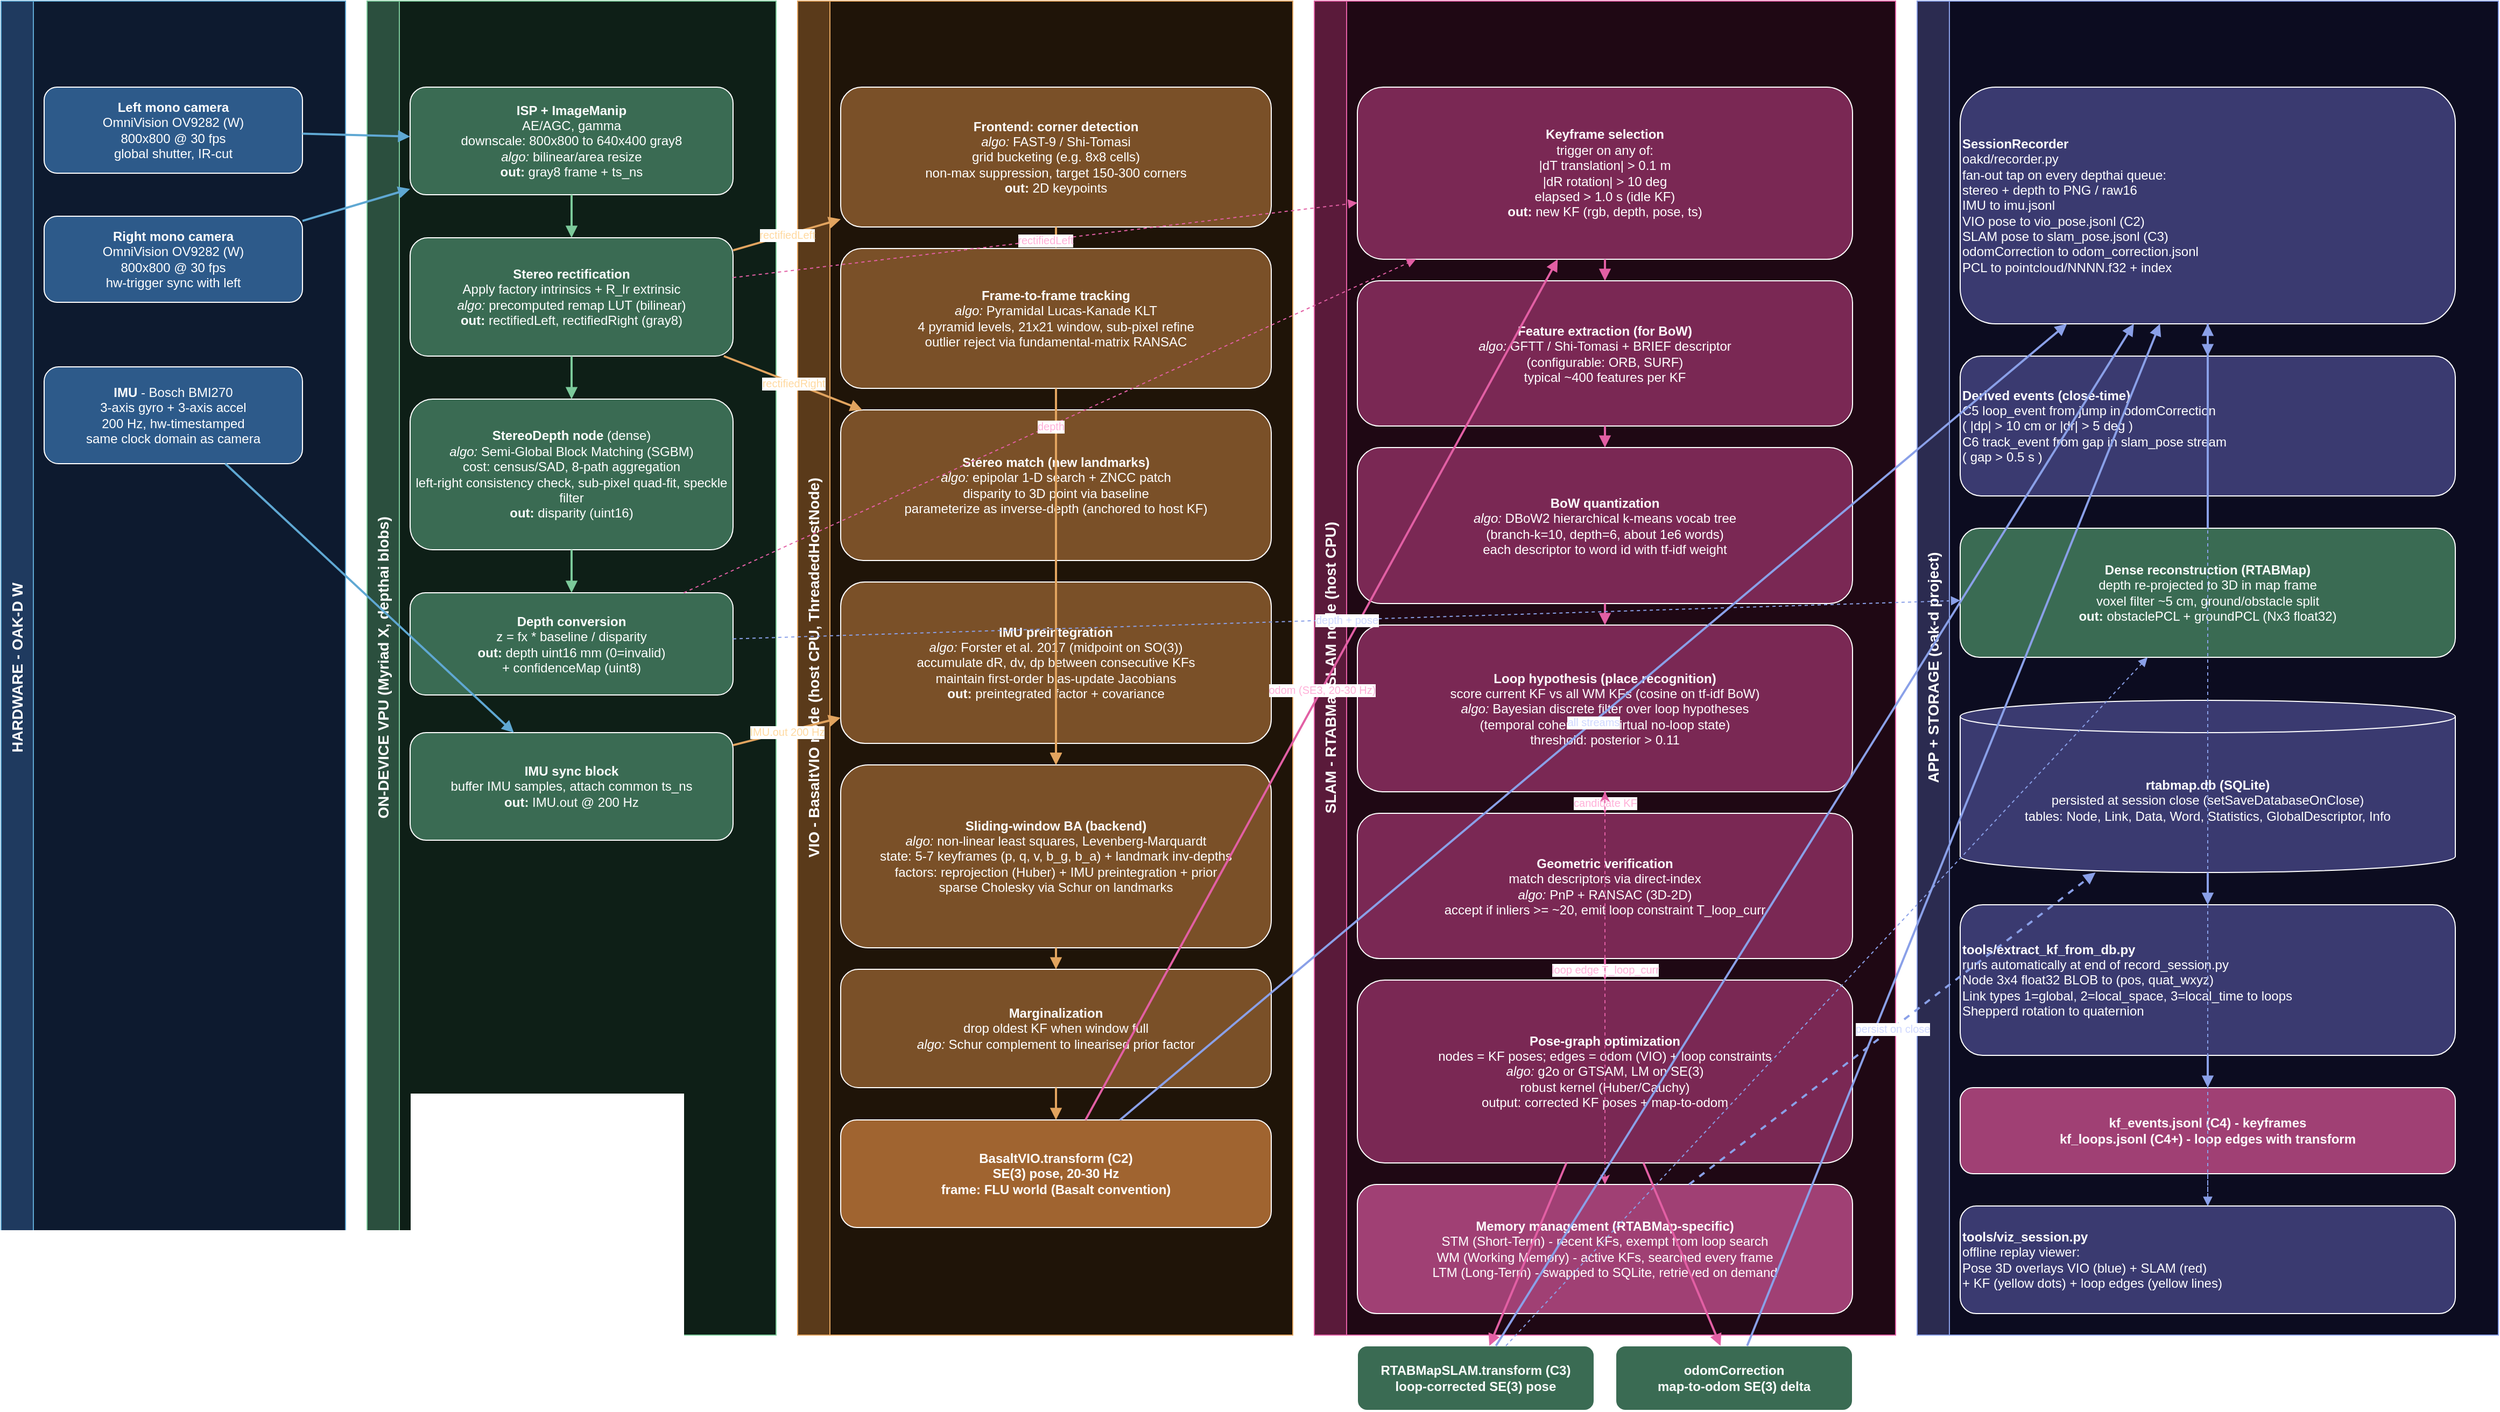
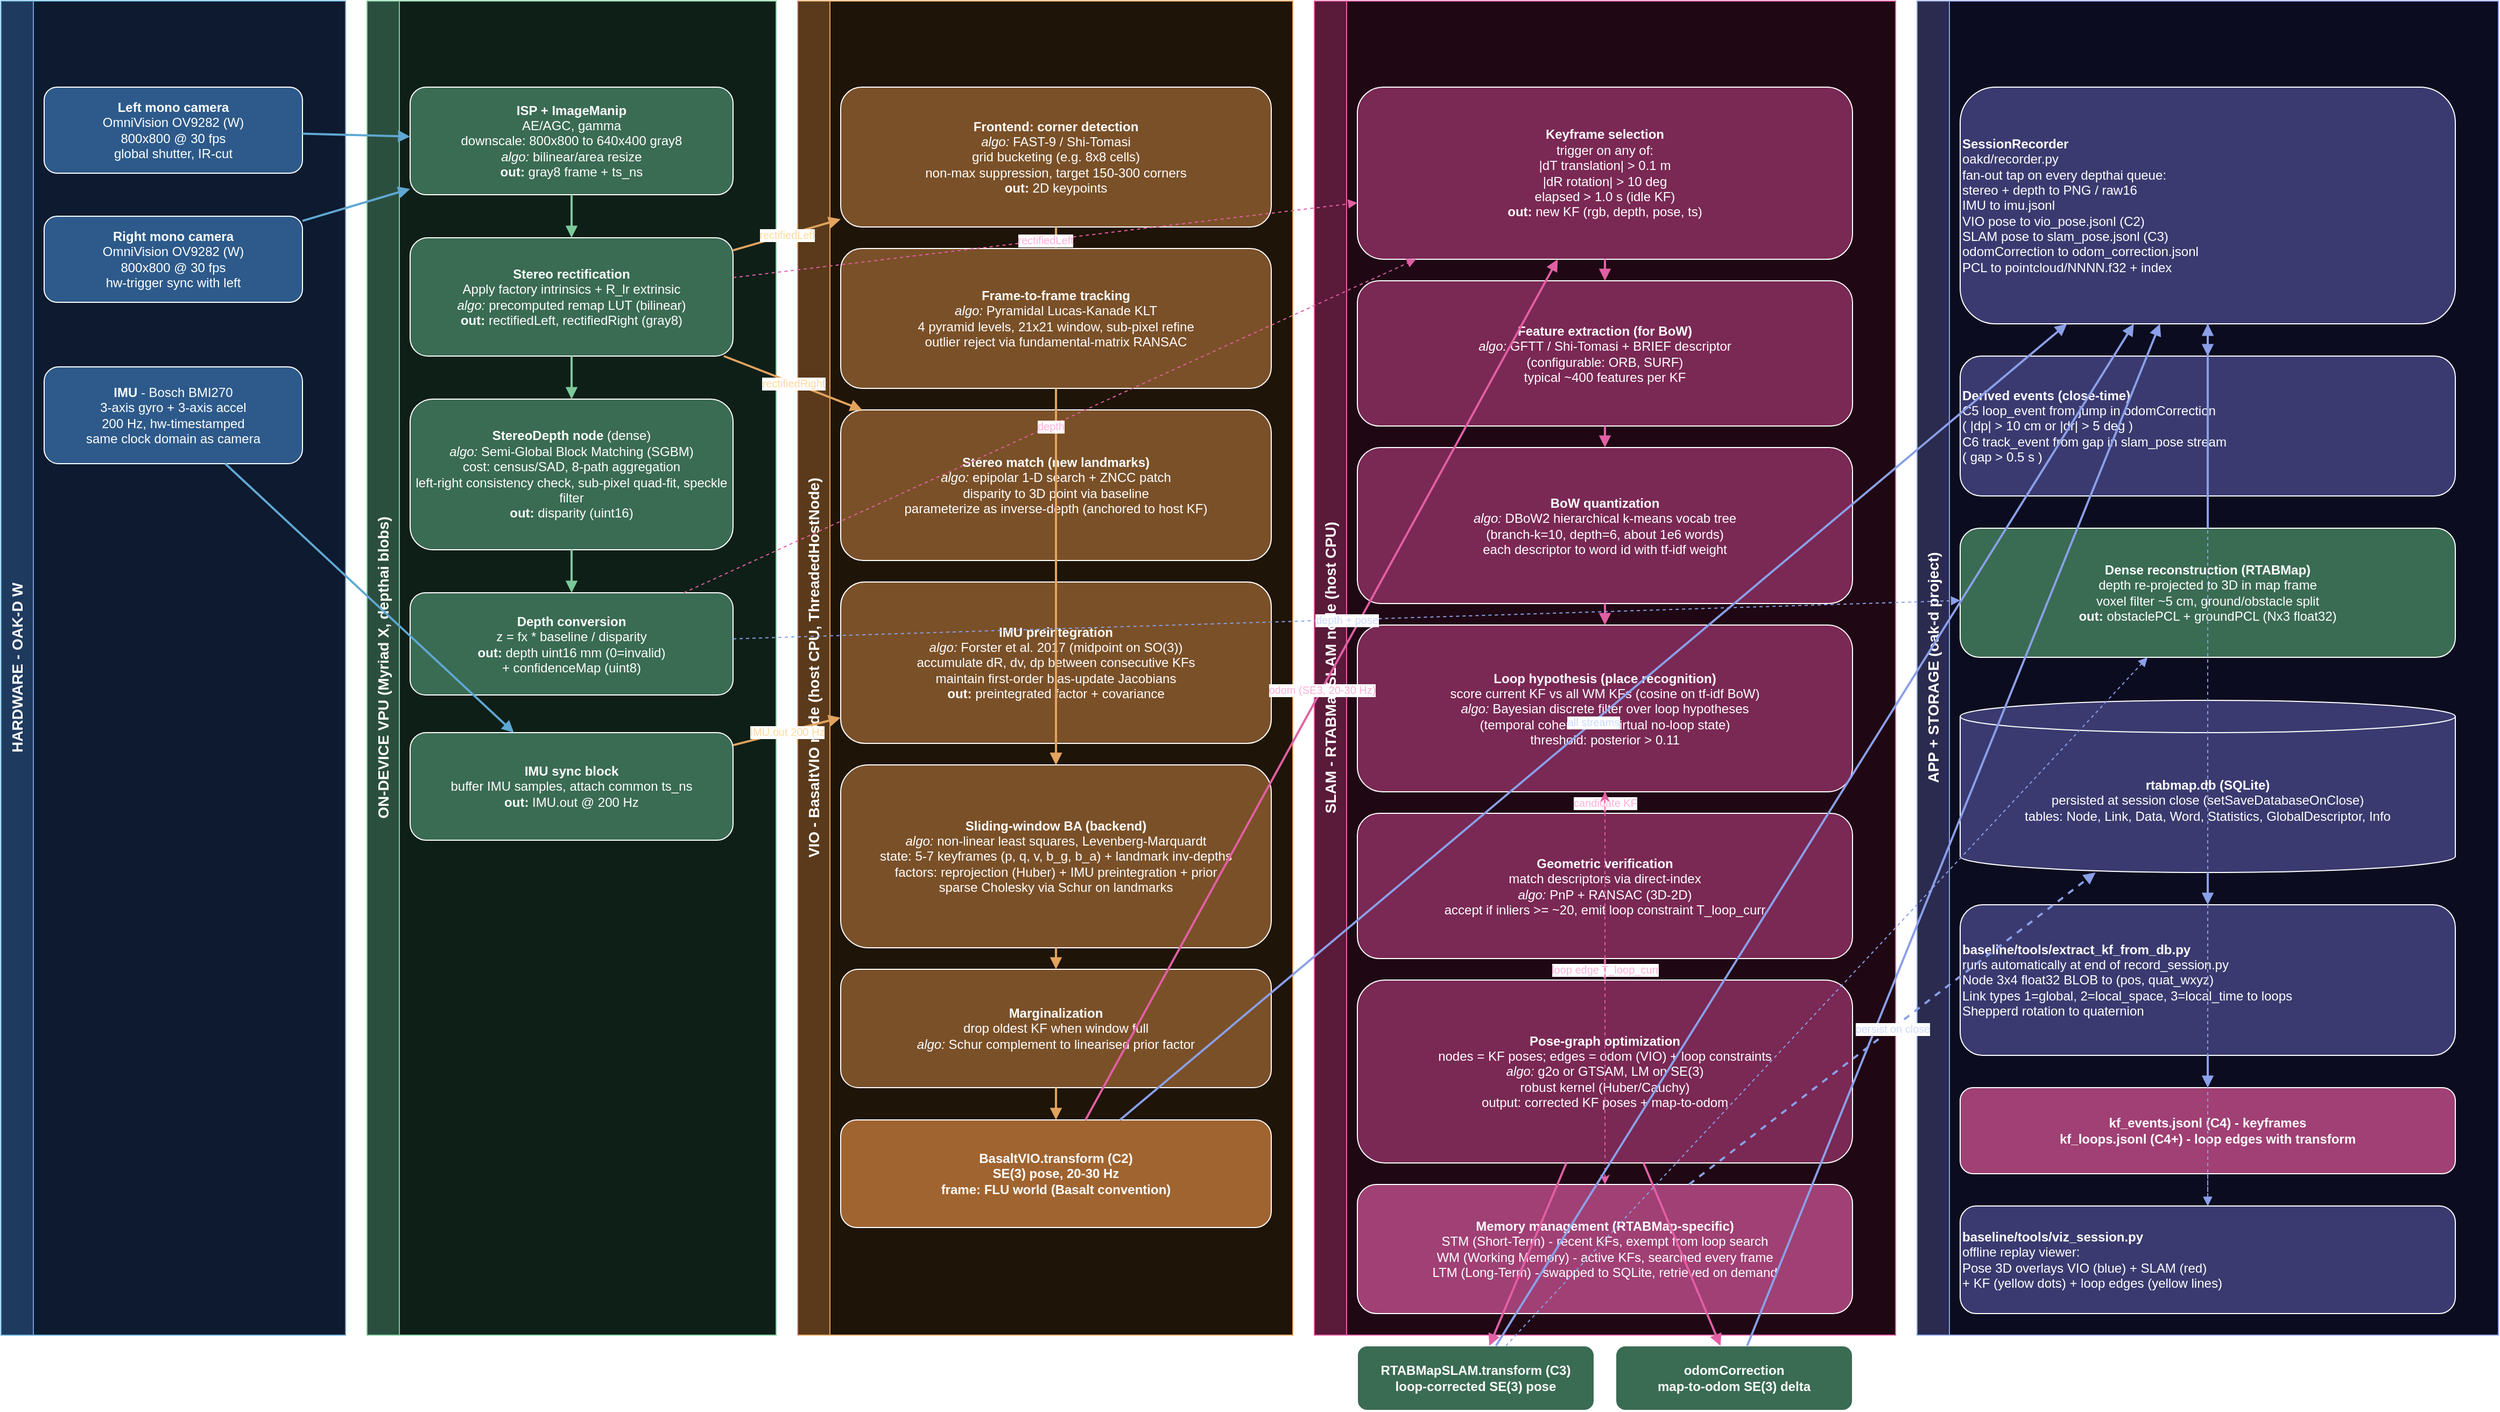
<mxfile host="app.diagrams.net" agent="copilot" version="24.0.0">
  <diagram name="OAK-D SLAM pipeline" id="pipeline">
    <mxGraphModel dx="1800" dy="1100" grid="1" gridSize="10" guides="1" tooltips="1" connect="1" arrows="1" fold="1" page="1" pageScale="1" pageWidth="2400" pageHeight="1400" math="0" shadow="0">
      <root>
        <mxCell id="0" />
        <mxCell id="1" parent="0" />
        <mxCell id="lane_hw" value="HARDWARE - OAK-D W" style="html=1;swimlane;horizontal=0;startSize=30;fillColor=#1f3a5f;strokeColor=#5fa8d3;fontColor=#ffffff;fontSize=14;fontStyle=1;swimlaneFillColor=#0d1a2f;" vertex="1" parent="1">
          <mxGeometry x="40" y="40" width="320" height="1240" as="geometry" />
        </mxCell>
        <mxCell id="lane_vpu" value="ON-DEVICE VPU (Myriad X, depthai blobs)" style="html=1;swimlane;horizontal=0;startSize=30;fillColor=#2b4f3e;strokeColor=#7bc99a;fontColor=#ffffff;fontSize=14;fontStyle=1;swimlaneFillColor=#0e1f17;" vertex="1" parent="1">
          <mxGeometry x="380" y="40" width="380" height="1240" as="geometry" />
        </mxCell>
        <mxCell id="lane_vio" value="VIO - BasaltVIO node (host CPU, ThreadedHostNode)" style="html=1;swimlane;horizontal=0;startSize=30;fillColor=#5a3a1a;strokeColor=#e2a45f;fontColor=#ffffff;fontSize=14;fontStyle=1;swimlaneFillColor=#1f1408;" vertex="1" parent="1">
          <mxGeometry x="780" y="40" width="460" height="1240" as="geometry" />
        </mxCell>
        <mxCell id="lane_slam" value="SLAM - RTABMapSLAM node (host CPU)" style="html=1;swimlane;horizontal=0;startSize=30;fillColor=#5a1a3a;strokeColor=#e25fa4;fontColor=#ffffff;fontSize=14;fontStyle=1;swimlaneFillColor=#1f0814;" vertex="1" parent="1">
          <mxGeometry x="1260" y="40" width="540" height="1240" as="geometry" />
        </mxCell>
        <mxCell id="lane_out" value="APP + STORAGE (oak-d project)" style="html=1;swimlane;horizontal=0;startSize=30;fillColor=#2b2b50;strokeColor=#8aa0e8;fontColor=#ffffff;fontSize=14;fontStyle=1;swimlaneFillColor=#0c0c20;" vertex="1" parent="1">
          <mxGeometry x="1820" y="40" width="540" height="1240" as="geometry" />
        </mxCell>
        <mxCell id="caml" value="&lt;b&gt;Left mono camera&lt;/b&gt;&#10;OmniVision OV9282 (W)&#10;800x800 @ 30 fps&#10;global shutter, IR-cut" style="html=1;rounded=1;fillColor=#2d5a8a;strokeColor=#ffffff;fontColor=#ffffff;align=center;whiteSpace=wrap;" vertex="1" parent="1">
          <mxGeometry x="80" y="120" width="240" height="80" as="geometry" />
        </mxCell>
        <mxCell id="camr" value="&lt;b&gt;Right mono camera&lt;/b&gt;&#10;OmniVision OV9282 (W)&#10;800x800 @ 30 fps&#10;hw-trigger sync with left" style="html=1;rounded=1;fillColor=#2d5a8a;strokeColor=#ffffff;fontColor=#ffffff;align=center;whiteSpace=wrap;" vertex="1" parent="1">
          <mxGeometry x="80" y="240" width="240" height="80" as="geometry" />
        </mxCell>
        <mxCell id="imu" value="&lt;b&gt;IMU&lt;/b&gt; - Bosch BMI270&#10;3-axis gyro + 3-axis accel&#10;200 Hz, hw-timestamped&#10;same clock domain as camera" style="html=1;rounded=1;fillColor=#2d5a8a;strokeColor=#ffffff;fontColor=#ffffff;align=center;whiteSpace=wrap;" vertex="1" parent="1">
          <mxGeometry x="80" y="380" width="240" height="90" as="geometry" />
        </mxCell>
        <mxCell id="isp" value="&lt;b&gt;ISP + ImageManip&lt;/b&gt;&#10;AE/AGC, gamma&#10;downscale: 800x800 to 640x400 gray8&#10;&lt;i&gt;algo:&lt;/i&gt; bilinear/area resize&#10;&lt;b&gt;out:&lt;/b&gt; gray8 frame + ts_ns" style="html=1;rounded=1;fillColor=#3a6b53;strokeColor=#ffffff;fontColor=#ffffff;align=center;whiteSpace=wrap;" vertex="1" parent="1">
          <mxGeometry x="420" y="120" width="300" height="100" as="geometry" />
        </mxCell>
        <mxCell id="rect" value="&lt;b&gt;Stereo rectification&lt;/b&gt;&#10;Apply factory intrinsics + R_lr extrinsic&#10;&lt;i&gt;algo:&lt;/i&gt; precomputed remap LUT (bilinear)&#10;&lt;b&gt;out:&lt;/b&gt; rectifiedLeft, rectifiedRight (gray8)" style="html=1;rounded=1;fillColor=#3a6b53;strokeColor=#ffffff;fontColor=#ffffff;align=center;whiteSpace=wrap;" vertex="1" parent="1">
          <mxGeometry x="420" y="260" width="300" height="110" as="geometry" />
        </mxCell>
        <mxCell id="sgbm" value="&lt;b&gt;StereoDepth node&lt;/b&gt; (dense)&#10;&lt;i&gt;algo:&lt;/i&gt; Semi-Global Block Matching (SGBM)&#10;cost: census/SAD, 8-path aggregation&#10;left-right consistency check, sub-pixel quad-fit, speckle filter&#10;&lt;b&gt;out:&lt;/b&gt; disparity (uint16)" style="html=1;rounded=1;fillColor=#3a6b53;strokeColor=#ffffff;fontColor=#ffffff;align=center;whiteSpace=wrap;" vertex="1" parent="1">
          <mxGeometry x="420" y="410" width="300" height="140" as="geometry" />
        </mxCell>
        <mxCell id="depth" value="&lt;b&gt;Depth conversion&lt;/b&gt;&#10;z = fx * baseline / disparity&#10;&lt;b&gt;out:&lt;/b&gt; depth uint16 mm (0=invalid)&#10;+ confidenceMap (uint8)" style="html=1;rounded=1;fillColor=#3a6b53;strokeColor=#ffffff;fontColor=#ffffff;align=center;whiteSpace=wrap;" vertex="1" parent="1">
          <mxGeometry x="420" y="590" width="300" height="95" as="geometry" />
        </mxCell>
        <mxCell id="imusync" value="&lt;b&gt;IMU sync block&lt;/b&gt;&#10;buffer IMU samples, attach common ts_ns&#10;&lt;b&gt;out:&lt;/b&gt; IMU.out @ 200 Hz" style="html=1;rounded=1;fillColor=#3a6b53;strokeColor=#ffffff;fontColor=#ffffff;align=center;whiteSpace=wrap;" vertex="1" parent="1">
          <mxGeometry x="420" y="720" width="300" height="100" as="geometry" />
        </mxCell>
        <mxCell id="fast" value="&lt;b&gt;Frontend: corner detection&lt;/b&gt;&#10;&lt;i&gt;algo:&lt;/i&gt; FAST-9 / Shi-Tomasi&#10;grid bucketing (e.g. 8x8 cells)&#10;non-max suppression, target 150-300 corners&#10;&lt;b&gt;out:&lt;/b&gt; 2D keypoints" style="html=1;rounded=1;fillColor=#7a5028;strokeColor=#ffffff;fontColor=#ffffff;align=center;whiteSpace=wrap;" vertex="1" parent="1">
          <mxGeometry x="820" y="120" width="400" height="130" as="geometry" />
        </mxCell>
        <mxCell id="klt" value="&lt;b&gt;Frame-to-frame tracking&lt;/b&gt;&#10;&lt;i&gt;algo:&lt;/i&gt; Pyramidal Lucas-Kanade KLT&#10;4 pyramid levels, 21x21 window, sub-pixel refine&#10;outlier reject via fundamental-matrix RANSAC" style="html=1;rounded=1;fillColor=#7a5028;strokeColor=#ffffff;fontColor=#ffffff;align=center;whiteSpace=wrap;" vertex="1" parent="1">
          <mxGeometry x="820" y="270" width="400" height="130" as="geometry" />
        </mxCell>
        <mxCell id="stmatch" value="&lt;b&gt;Stereo match (new landmarks)&lt;/b&gt;&#10;&lt;i&gt;algo:&lt;/i&gt; epipolar 1-D search + ZNCC patch&#10;disparity to 3D point via baseline&#10;parameterize as inverse-depth (anchored to host KF)" style="html=1;rounded=1;fillColor=#7a5028;strokeColor=#ffffff;fontColor=#ffffff;align=center;whiteSpace=wrap;" vertex="1" parent="1">
          <mxGeometry x="820" y="420" width="400" height="140" as="geometry" />
        </mxCell>
        <mxCell id="preimu" value="&lt;b&gt;IMU preintegration&lt;/b&gt;&#10;&lt;i&gt;algo:&lt;/i&gt; Forster et al. 2017 (midpoint on SO(3))&#10;accumulate dR, dv, dp between consecutive KFs&#10;maintain first-order bias-update Jacobians&#10;&lt;b&gt;out:&lt;/b&gt; preintegrated factor + covariance" style="html=1;rounded=1;fillColor=#7a5028;strokeColor=#ffffff;fontColor=#ffffff;align=center;whiteSpace=wrap;" vertex="1" parent="1">
          <mxGeometry x="820" y="580" width="400" height="150" as="geometry" />
        </mxCell>
        <mxCell id="ba" value="&lt;b&gt;Sliding-window BA (backend)&lt;/b&gt;&#10;&lt;i&gt;algo:&lt;/i&gt; non-linear least squares, Levenberg-Marquardt&#10;state: 5-7 keyframes (p, q, v, b_g, b_a) + landmark inv-depths&#10;factors: reprojection (Huber) + IMU preintegration + prior&#10;sparse Cholesky via Schur on landmarks" style="html=1;rounded=1;fillColor=#7a5028;strokeColor=#ffffff;fontColor=#ffffff;align=center;whiteSpace=wrap;" vertex="1" parent="1">
          <mxGeometry x="820" y="750" width="400" height="170" as="geometry" />
        </mxCell>
        <mxCell id="marg" value="&lt;b&gt;Marginalization&lt;/b&gt;&#10;drop oldest KF when window full&#10;&lt;i&gt;algo:&lt;/i&gt; Schur complement to linearised prior factor" style="html=1;rounded=1;fillColor=#7a5028;strokeColor=#ffffff;fontColor=#ffffff;align=center;whiteSpace=wrap;" vertex="1" parent="1">
          <mxGeometry x="820" y="940" width="400" height="110" as="geometry" />
        </mxCell>
        <mxCell id="posev" value="&lt;b&gt;BasaltVIO.transform&lt;/b&gt; (C2)&#10;SE(3) pose, 20-30 Hz&#10;frame: FLU world (Basalt convention)" style="html=1;rounded=1;fillColor=#a06430;strokeColor=#ffffff;fontColor=#ffffff;align=center;whiteSpace=wrap;fontStyle=1;" vertex="1" parent="1">
          <mxGeometry x="820" y="1080" width="400" height="100" as="geometry" />
        </mxCell>
        <mxCell id="kfsel" value="&lt;b&gt;Keyframe selection&lt;/b&gt;&#10;trigger on any of:&#10;  |dT translation| &gt; 0.1 m&#10;  |dR rotation| &gt; 10 deg&#10;  elapsed &gt; 1.0 s (idle KF)&#10;&lt;b&gt;out:&lt;/b&gt; new KF (rgb, depth, pose, ts)" style="html=1;rounded=1;fillColor=#7a2854;strokeColor=#ffffff;fontColor=#ffffff;align=center;whiteSpace=wrap;" vertex="1" parent="1">
          <mxGeometry x="1300" y="120" width="460" height="160" as="geometry" />
        </mxCell>
        <mxCell id="fex" value="&lt;b&gt;Feature extraction (for BoW)&lt;/b&gt;&#10;&lt;i&gt;algo:&lt;/i&gt; GFTT / Shi-Tomasi + BRIEF descriptor&#10;(configurable: ORB, SURF)&#10;typical ~400 features per KF" style="html=1;rounded=1;fillColor=#7a2854;strokeColor=#ffffff;fontColor=#ffffff;align=center;whiteSpace=wrap;" vertex="1" parent="1">
          <mxGeometry x="1300" y="300" width="460" height="135" as="geometry" />
        </mxCell>
        <mxCell id="bow" value="&lt;b&gt;BoW quantization&lt;/b&gt;&#10;&lt;i&gt;algo:&lt;/i&gt; DBoW2 hierarchical k-means vocab tree&#10;(branch-k=10, depth=6, about 1e6 words)&#10;each descriptor to word id with tf-idf weight" style="html=1;rounded=1;fillColor=#7a2854;strokeColor=#ffffff;fontColor=#ffffff;align=center;whiteSpace=wrap;" vertex="1" parent="1">
          <mxGeometry x="1300" y="455" width="460" height="145" as="geometry" />
        </mxCell>
        <mxCell id="bay" value="&lt;b&gt;Loop hypothesis (place recognition)&lt;/b&gt;&#10;score current KF vs all WM KFs (cosine on tf-idf BoW)&#10;&lt;i&gt;algo:&lt;/i&gt; Bayesian discrete filter over loop hypotheses&#10;(temporal coherence + virtual no-loop state)&#10;threshold: posterior &gt; 0.11" style="html=1;rounded=1;fillColor=#7a2854;strokeColor=#ffffff;fontColor=#ffffff;align=center;whiteSpace=wrap;" vertex="1" parent="1">
          <mxGeometry x="1300" y="620" width="460" height="155" as="geometry" />
        </mxCell>
        <mxCell id="pnp" value="&lt;b&gt;Geometric verification&lt;/b&gt;&#10;match descriptors via direct-index&#10;&lt;i&gt;algo:&lt;/i&gt; PnP + RANSAC (3D-2D)&#10;accept if inliers &gt;= ~20, emit loop constraint T_loop_curr" style="html=1;rounded=1;fillColor=#7a2854;strokeColor=#ffffff;fontColor=#ffffff;align=center;whiteSpace=wrap;" vertex="1" parent="1">
          <mxGeometry x="1300" y="795" width="460" height="135" as="geometry" />
        </mxCell>
        <mxCell id="pg" value="&lt;b&gt;Pose-graph optimization&lt;/b&gt;&#10;nodes = KF poses; edges = odom (VIO) + loop constraints&#10;&lt;i&gt;algo:&lt;/i&gt; g2o or GTSAM, LM on SE(3)&#10;robust kernel (Huber/Cauchy)&#10;output: corrected KF poses + map-to-odom" style="html=1;rounded=1;fillColor=#7a2854;strokeColor=#ffffff;fontColor=#ffffff;align=center;whiteSpace=wrap;" vertex="1" parent="1">
          <mxGeometry x="1300" y="950" width="460" height="170" as="geometry" />
        </mxCell>
        <mxCell id="mem" value="&lt;b&gt;Memory management (RTABMap-specific)&lt;/b&gt;&#10;STM (Short-Term) - recent KFs, exempt from loop search&#10;WM (Working Memory) - active KFs, searched every frame&#10;LTM (Long-Term) - swapped to SQLite, retrieved on demand" style="html=1;rounded=1;fillColor=#a04074;strokeColor=#ffffff;fontColor=#ffffff;align=center;whiteSpace=wrap;" vertex="1" parent="1">
          <mxGeometry x="1300" y="1140" width="460" height="120" as="geometry" />
        </mxCell>
        <mxCell id="poses" value="&lt;b&gt;RTABMapSLAM.transform&lt;/b&gt; (C3)&#10;loop-corrected SE(3) pose" style="html=1;rounded=1;fillColor=#3a6b53;strokeColor=#ffffff;fontColor=#ffffff;align=center;whiteSpace=wrap;fontStyle=1;" vertex="1" parent="1">
          <mxGeometry x="1300" y="1290" width="220" height="60" as="geometry" />
        </mxCell>
        <mxCell id="corr" value="&lt;b&gt;odomCorrection&lt;/b&gt;&#10;map-to-odom SE(3) delta" style="html=1;rounded=1;fillColor=#3a6b53;strokeColor=#ffffff;fontColor=#ffffff;align=center;whiteSpace=wrap;fontStyle=1;" vertex="1" parent="1">
          <mxGeometry x="1540" y="1290" width="220" height="60" as="geometry" />
        </mxCell>
        <mxCell id="rec" value="&lt;b&gt;SessionRecorder&lt;/b&gt;&#10;oakd/recorder.py&#10;fan-out tap on every depthai queue:&#10;  stereo + depth to PNG / raw16&#10;  IMU to imu.jsonl&#10;  VIO pose to vio_pose.jsonl (C2)&#10;  SLAM pose to slam_pose.jsonl (C3)&#10;  odomCorrection to odom_correction.jsonl&#10;  PCL to pointcloud/NNNN.f32 + index" style="html=1;rounded=1;fillColor=#3a3a70;strokeColor=#ffffff;fontColor=#ffffff;align=left;whiteSpace=wrap;" vertex="1" parent="1">
          <mxGeometry x="1860" y="120" width="460" height="220" as="geometry" />
        </mxCell>
        <mxCell id="derived" value="&lt;b&gt;Derived events (close-time)&lt;/b&gt;&#10;C5 loop_event from jump in odomCorrection&#10;   ( |dp| &gt; 10 cm or |dr| &gt; 5 deg )&#10;C6 track_event from gap in slam_pose stream&#10;   ( gap &gt; 0.5 s )" style="html=1;rounded=1;fillColor=#3a3a70;strokeColor=#ffffff;fontColor=#ffffff;align=left;whiteSpace=wrap;" vertex="1" parent="1">
          <mxGeometry x="1860" y="370" width="460" height="130" as="geometry" />
        </mxCell>
        <mxCell id="pcl" value="&lt;b&gt;Dense reconstruction (RTABMap)&lt;/b&gt;&#10;depth re-projected to 3D in map frame&#10;voxel filter ~5 cm, ground/obstacle split&#10;&lt;b&gt;out:&lt;/b&gt; obstaclePCL + groundPCL (Nx3 float32)" style="html=1;rounded=1;fillColor=#3a6b53;strokeColor=#ffffff;fontColor=#ffffff;align=center;whiteSpace=wrap;" vertex="1" parent="1">
          <mxGeometry x="1860" y="530" width="460" height="120" as="geometry" />
        </mxCell>
        <mxCell id="db" value="&lt;b&gt;rtabmap.db (SQLite)&lt;/b&gt;&#10;persisted at session close (setSaveDatabaseOnClose)&#10;tables: Node, Link, Data, Word, Statistics, GlobalDescriptor, Info" style="shape=cylinder3;whiteSpace=wrap;html=1;boundedLbl=1;backgroundOutline=1;fillColor=#3a3a70;strokeColor=#ffffff;fontColor=#ffffff;align=center;" vertex="1" parent="1">
          <mxGeometry x="1860" y="690" width="460" height="160" as="geometry" />
        </mxCell>
-         <mxCell id="ext" value="&lt;b&gt;tools/extract_kf_from_db.py&lt;/b&gt;&#10;runs automatically at end of record_session.py&#10;Node 3x4 float32 BLOB to (pos, quat_wxyz)&#10;Link types 1=global, 2=local_space, 3=local_time to loops&#10;Shepperd rotation to quaternion" style="html=1;rounded=1;fillColor=#3a3a70;strokeColor=#ffffff;fontColor=#ffffff;align=left;whiteSpace=wrap;" vertex="1" parent="1">
+         <mxCell id="ext" value="&lt;b&gt;baseline/tools/extract_kf_from_db.py&lt;/b&gt;&#10;runs automatically at end of record_session.py&#10;Node 3x4 float32 BLOB to (pos, quat_wxyz)&#10;Link types 1=global, 2=local_space, 3=local_time to loops&#10;Shepperd rotation to quaternion" style="html=1;rounded=1;fillColor=#3a3a70;strokeColor=#ffffff;fontColor=#ffffff;align=left;whiteSpace=wrap;" vertex="1" parent="1">
          <mxGeometry x="1860" y="880" width="460" height="140" as="geometry" />
        </mxCell>
        <mxCell id="kfjl" value="&lt;b&gt;kf_events.jsonl (C4)&lt;/b&gt; - keyframes&#10;&lt;b&gt;kf_loops.jsonl (C4+)&lt;/b&gt; - loop edges with transform" style="html=1;rounded=1;fillColor=#a04074;strokeColor=#ffffff;fontColor=#ffffff;align=center;whiteSpace=wrap;fontStyle=1;" vertex="1" parent="1">
          <mxGeometry x="1860" y="1050" width="460" height="80" as="geometry" />
        </mxCell>
-         <mxCell id="viz" value="&lt;b&gt;tools/viz_session.py&lt;/b&gt;&#10;offline replay viewer:&#10;Pose 3D overlays VIO (blue) + SLAM (red)&#10;+ KF (yellow dots) + loop edges (yellow lines)" style="html=1;rounded=1;fillColor=#3a3a70;strokeColor=#ffffff;fontColor=#ffffff;align=left;whiteSpace=wrap;" vertex="1" parent="1">
+         <mxCell id="viz" value="&lt;b&gt;baseline/tools/viz_session.py&lt;/b&gt;&#10;offline replay viewer:&#10;Pose 3D overlays VIO (blue) + SLAM (red)&#10;+ KF (yellow dots) + loop edges (yellow lines)" style="html=1;rounded=1;fillColor=#3a3a70;strokeColor=#ffffff;fontColor=#ffffff;align=left;whiteSpace=wrap;" vertex="1" parent="1">
          <mxGeometry x="1860" y="1160" width="460" height="100" as="geometry" />
        </mxCell>
        <mxCell id="e1" style="endArrow=block;html=1;strokeColor=#5fa8d3;strokeWidth=2;" edge="1" parent="1" source="caml" target="isp"><mxGeometry relative="1" as="geometry" /></mxCell>
        <mxCell id="e2" style="endArrow=block;html=1;strokeColor=#5fa8d3;strokeWidth=2;" edge="1" parent="1" source="camr" target="isp"><mxGeometry relative="1" as="geometry" /></mxCell>
        <mxCell id="e3" style="endArrow=block;html=1;strokeColor=#5fa8d3;strokeWidth=2;" edge="1" parent="1" source="imu" target="imusync"><mxGeometry relative="1" as="geometry" /></mxCell>
        <mxCell id="e4" style="endArrow=block;html=1;strokeColor=#7bc99a;strokeWidth=2;" edge="1" parent="1" source="isp" target="rect"><mxGeometry relative="1" as="geometry" /></mxCell>
        <mxCell id="e5" style="endArrow=block;html=1;strokeColor=#7bc99a;strokeWidth=2;" edge="1" parent="1" source="rect" target="sgbm"><mxGeometry relative="1" as="geometry" /></mxCell>
        <mxCell id="e6" style="endArrow=block;html=1;strokeColor=#7bc99a;strokeWidth=2;" edge="1" parent="1" source="sgbm" target="depth"><mxGeometry relative="1" as="geometry" /></mxCell>
        <mxCell id="e7" value="rectifiedLeft" style="endArrow=block;html=1;strokeColor=#e2a45f;strokeWidth=2;fontColor=#ffd9a0;fontSize=10;" edge="1" parent="1" source="rect" target="fast"><mxGeometry relative="1" as="geometry" /></mxCell>
        <mxCell id="e8" value="rectifiedRight" style="endArrow=block;html=1;strokeColor=#e2a45f;strokeWidth=2;fontColor=#ffd9a0;fontSize=10;" edge="1" parent="1" source="rect" target="stmatch"><mxGeometry relative="1" as="geometry" /></mxCell>
        <mxCell id="e9" value="IMU.out 200 Hz" style="endArrow=block;html=1;strokeColor=#e2a45f;strokeWidth=2;fontColor=#ffd9a0;fontSize=10;" edge="1" parent="1" source="imusync" target="preimu"><mxGeometry relative="1" as="geometry" /></mxCell>
        <mxCell id="e10" style="endArrow=block;html=1;strokeColor=#e2a45f;strokeWidth=2;" edge="1" parent="1" source="fast" target="klt"><mxGeometry relative="1" as="geometry" /></mxCell>
        <mxCell id="e11" style="endArrow=block;html=1;strokeColor=#e2a45f;strokeWidth=2;" edge="1" parent="1" source="klt" target="ba"><mxGeometry relative="1" as="geometry" /></mxCell>
        <mxCell id="e12" style="endArrow=block;html=1;strokeColor=#e2a45f;strokeWidth=2;" edge="1" parent="1" source="stmatch" target="ba"><mxGeometry relative="1" as="geometry" /></mxCell>
        <mxCell id="e13" style="endArrow=block;html=1;strokeColor=#e2a45f;strokeWidth=2;" edge="1" parent="1" source="preimu" target="ba"><mxGeometry relative="1" as="geometry" /></mxCell>
        <mxCell id="e14" style="endArrow=block;html=1;strokeColor=#e2a45f;strokeWidth=2;" edge="1" parent="1" source="ba" target="marg"><mxGeometry relative="1" as="geometry" /></mxCell>
        <mxCell id="e15" style="endArrow=block;html=1;strokeColor=#e2a45f;strokeWidth=2;" edge="1" parent="1" source="marg" target="posev"><mxGeometry relative="1" as="geometry" /></mxCell>
        <mxCell id="e16" value="odom (SE3, 20-30 Hz)" style="endArrow=block;html=1;strokeColor=#e25fa4;strokeWidth=2;fontColor=#ffb0d8;fontSize=10;" edge="1" parent="1" source="posev" target="kfsel"><mxGeometry relative="1" as="geometry" /></mxCell>
        <mxCell id="e17" value="rectifiedLeft" style="endArrow=block;html=1;strokeColor=#e25fa4;strokeWidth=1;dashed=1;fontColor=#ffb0d8;fontSize=10;" edge="1" parent="1" source="rect" target="kfsel"><mxGeometry relative="1" as="geometry" /></mxCell>
        <mxCell id="e18" value="depth" style="endArrow=block;html=1;strokeColor=#e25fa4;strokeWidth=1;dashed=1;fontColor=#ffb0d8;fontSize=10;" edge="1" parent="1" source="depth" target="kfsel"><mxGeometry relative="1" as="geometry" /></mxCell>
        <mxCell id="e19" style="endArrow=block;html=1;strokeColor=#e25fa4;strokeWidth=2;" edge="1" parent="1" source="kfsel" target="fex"><mxGeometry relative="1" as="geometry" /></mxCell>
        <mxCell id="e20" style="endArrow=block;html=1;strokeColor=#e25fa4;strokeWidth=2;" edge="1" parent="1" source="fex" target="bow"><mxGeometry relative="1" as="geometry" /></mxCell>
        <mxCell id="e21" style="endArrow=block;html=1;strokeColor=#e25fa4;strokeWidth=2;" edge="1" parent="1" source="bow" target="bay"><mxGeometry relative="1" as="geometry" /></mxCell>
        <mxCell id="e22" value="candidate KF" style="endArrow=block;html=1;strokeColor=#e25fa4;strokeWidth=2;fontColor=#ffb0d8;fontSize=10;" edge="1" parent="1" source="bay" target="pnp"><mxGeometry relative="1" as="geometry" /></mxCell>
        <mxCell id="e23" value="loop edge T_loop_curr" style="endArrow=block;html=1;strokeColor=#e25fa4;strokeWidth=2;fontColor=#ffb0d8;fontSize=10;" edge="1" parent="1" source="pnp" target="pg"><mxGeometry relative="1" as="geometry" /></mxCell>
        <mxCell id="e24" style="endArrow=classic;startArrow=classic;html=1;strokeColor=#e25fa4;strokeWidth=1;dashed=1;" edge="1" parent="1" source="mem" target="bay"><mxGeometry relative="1" as="geometry" /></mxCell>
        <mxCell id="e25" style="endArrow=block;html=1;strokeColor=#e25fa4;strokeWidth=2;" edge="1" parent="1" source="pg" target="poses"><mxGeometry relative="1" as="geometry" /></mxCell>
        <mxCell id="e26" style="endArrow=block;html=1;strokeColor=#e25fa4;strokeWidth=2;" edge="1" parent="1" source="pg" target="corr"><mxGeometry relative="1" as="geometry" /></mxCell>
        <mxCell id="e27" value="depth + pose" style="endArrow=block;html=1;strokeColor=#8aa0e8;strokeWidth=1;dashed=1;fontColor=#cfd8ff;fontSize=10;" edge="1" parent="1" source="depth" target="pcl"><mxGeometry relative="1" as="geometry" /></mxCell>
        <mxCell id="e28" style="endArrow=block;html=1;strokeColor=#8aa0e8;strokeWidth=1;dashed=1;" edge="1" parent="1" source="poses" target="pcl"><mxGeometry relative="1" as="geometry" /></mxCell>
        <mxCell id="e29" value="all streams" style="endArrow=block;html=1;strokeColor=#8aa0e8;strokeWidth=2;fontColor=#cfd8ff;fontSize=10;" edge="1" parent="1" source="posev" target="rec"><mxGeometry relative="1" as="geometry" /></mxCell>
        <mxCell id="e30" style="endArrow=block;html=1;strokeColor=#8aa0e8;strokeWidth=2;" edge="1" parent="1" source="poses" target="rec"><mxGeometry relative="1" as="geometry" /></mxCell>
        <mxCell id="e31" style="endArrow=block;html=1;strokeColor=#8aa0e8;strokeWidth=2;" edge="1" parent="1" source="corr" target="rec"><mxGeometry relative="1" as="geometry" /></mxCell>
        <mxCell id="e32" style="endArrow=block;html=1;strokeColor=#8aa0e8;strokeWidth=2;" edge="1" parent="1" source="pcl" target="rec"><mxGeometry relative="1" as="geometry" /></mxCell>
        <mxCell id="e33" style="endArrow=block;html=1;strokeColor=#8aa0e8;strokeWidth=2;" edge="1" parent="1" source="rec" target="derived"><mxGeometry relative="1" as="geometry" /></mxCell>
        <mxCell id="e34" value="persist on close" style="endArrow=block;html=1;strokeColor=#8aa0e8;strokeWidth=2;dashed=1;fontColor=#cfd8ff;fontSize=10;" edge="1" parent="1" source="mem" target="db"><mxGeometry relative="1" as="geometry" /></mxCell>
        <mxCell id="e35" style="endArrow=block;html=1;strokeColor=#8aa0e8;strokeWidth=2;" edge="1" parent="1" source="db" target="ext"><mxGeometry relative="1" as="geometry" /></mxCell>
        <mxCell id="e36" style="endArrow=block;html=1;strokeColor=#8aa0e8;strokeWidth=2;" edge="1" parent="1" source="ext" target="kfjl"><mxGeometry relative="1" as="geometry" /></mxCell>
        <mxCell id="e37" style="endArrow=block;html=1;strokeColor=#8aa0e8;strokeWidth=1;dashed=1;" edge="1" parent="1" source="rec" target="viz"><mxGeometry relative="1" as="geometry" /></mxCell>
        <mxCell id="e38" style="endArrow=block;html=1;strokeColor=#8aa0e8;strokeWidth=1;dashed=1;" edge="1" parent="1" source="kfjl" target="viz"><mxGeometry relative="1" as="geometry" /></mxCell>
      </root>
    </mxGraphModel>
  </diagram>
</mxfile>